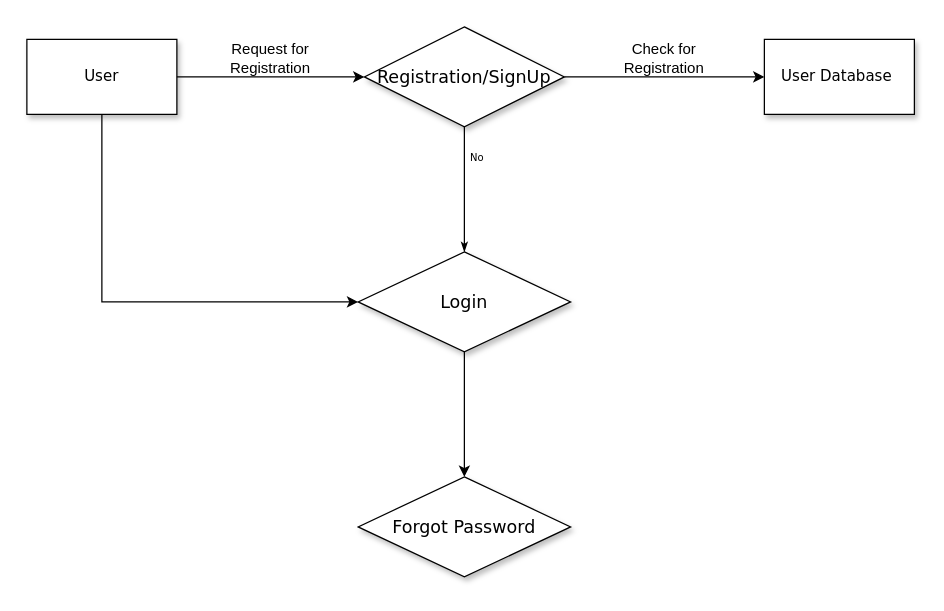
Before: Untitled Diagram.drawio in ABHISHEK-SINGH-KASHYAP/18-07-2024, a draw.io diagram. Source tidied: cells renumbered, new cells numbered last; positions are measured from the earlier drawing's top-left corner, leaving out a move shared by most shapes. Both pictures are drawn from the tidied source at 125%, with x=0, y=0 at pixel (26, 26).
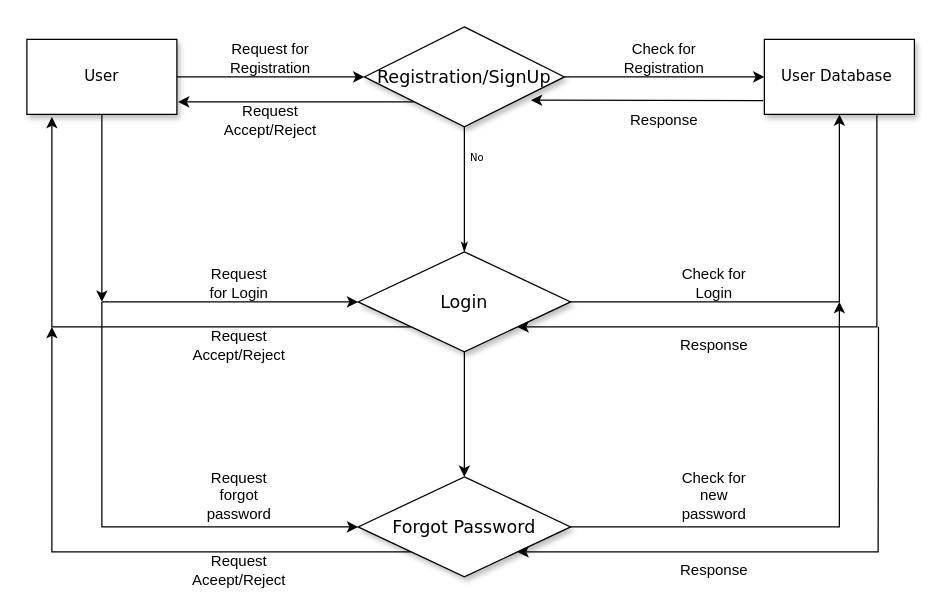
The same page after the edit.

Unchanged cells that the change refers to:
```xml
<mxCell id="2" value="&lt;font style=&quot;font-size: 12px;&quot;&gt;User Database&amp;nbsp;&lt;/font&gt;" style="rounded=0;whiteSpace=wrap;html=1;shadow=1;labelBackgroundColor=none;strokeWidth=1;fontFamily=Verdana;fontSize=8;align=center;" parent="1" vertex="1">
  <mxGeometry x="590" y="10" width="120" height="60" as="geometry" />
</mxCell>
<mxCell id="4" value="&lt;font style=&quot;font-size: 14px;&quot;&gt;Registration/SignUp&lt;/font&gt;" style="rhombus;whiteSpace=wrap;html=1;rounded=0;shadow=1;labelBackgroundColor=none;strokeWidth=1;fontFamily=Verdana;fontSize=8;align=center;" parent="1" vertex="1">
  <mxGeometry x="270" width="160" height="80" as="geometry" />
</mxCell>
<mxCell id="5" value="&lt;font style=&quot;font-size: 14px;&quot;&gt;Login&lt;/font&gt;" style="rhombus;whiteSpace=wrap;html=1;rounded=0;shadow=1;labelBackgroundColor=none;strokeWidth=1;fontFamily=Verdana;fontSize=8;align=center;" parent="1" vertex="1">
  <mxGeometry x="265" y="180" width="170" height="80" as="geometry" />
</mxCell>
<mxCell id="6" value="&lt;font style=&quot;font-size: 12px;&quot;&gt;User&lt;/font&gt;" style="rounded=0;whiteSpace=wrap;html=1;shadow=1;labelBackgroundColor=none;strokeWidth=1;fontFamily=Verdana;fontSize=8;align=center;" parent="1" vertex="1">
  <mxGeometry y="10" width="120" height="60" as="geometry" />
</mxCell>
<mxCell id="11" value="&lt;font style=&quot;font-size: 14px;&quot;&gt;Forgot Password&lt;/font&gt;" style="rhombus;whiteSpace=wrap;html=1;rounded=0;shadow=1;labelBackgroundColor=none;strokeWidth=1;fontFamily=Verdana;fontSize=8;align=center;" parent="1" vertex="1">
  <mxGeometry x="265" y="360" width="170" height="80" as="geometry" />
</mxCell>
```

What changed in the source:
```diff
@@
-    <mxCell id="13" style="endArrow=classic;html=1;rounded=0;exitX=0.5;exitY=1;exitDx=0;exitDy=0;entryX=0;entryY=0.5;entryDx=0;entryDy=0;" parent="1" edge="1" source="6" target="5">
+    <mxCell id="13" style="endArrow=classic;html=1;rounded=0;exitX=0.5;exitY=1;exitDx=0;exitDy=0;entryX=0;entryY=0.5;entryDx=0;entryDy=0;" parent="1" edge="1" source="25" target="5">
       <mxGeometry relative="1" as="geometry">
         <Array as="points">
           <mxPoint x="60" y="220" />
         </Array>
       </mxGeometry>
     </mxCell>
+    <mxCell id="14" style="endArrow=classic;html=1;rounded=0;exitX=1;exitY=0.5;exitDx=0;exitDy=0;entryX=0.5;entryY=1;entryDx=0;entryDy=0;" parent="1" edge="1" source="5" target="2">
+      <mxGeometry relative="1" as="geometry">
+        <Array as="points">
+          <mxPoint x="650" y="220" />
+        </Array>
+      </mxGeometry>
+    </mxCell>
+    <mxCell id="15" style="endArrow=classic;html=1;rounded=0;entryX=0;entryY=0.5;entryDx=0;entryDy=0;" parent="1" edge="1" target="11">
+      <mxGeometry relative="1" as="geometry">
+        <mxPoint x="60" y="220" as="sourcePoint" />
+        <Array as="points">
+          <mxPoint x="60" y="400" />
+        </Array>
+      </mxGeometry>
+    </mxCell>
+    <mxCell id="16" style="endArrow=classic;html=1;rounded=0;exitX=1;exitY=0.5;exitDx=0;exitDy=0;" parent="1" edge="1" source="11">
+      <mxGeometry relative="1" as="geometry">
+        <mxPoint x="650" y="220" as="targetPoint" />
+        <Array as="points">
+          <mxPoint x="650" y="400" />
+        </Array>
+      </mxGeometry>
+    </mxCell>
+    <mxCell id="17" style="endArrow=classic;html=1;rounded=0;exitX=0;exitY=1;exitDx=0;exitDy=0;" parent="1" edge="1" source="5">
+      <mxGeometry relative="1" as="geometry">
+        <mxPoint x="20" y="72" as="targetPoint" />
+        <Array as="points">
+          <mxPoint x="20" y="240" />
+          <mxPoint x="20" y="160" />
+        </Array>
+      </mxGeometry>
+    </mxCell>
+    <mxCell id="18" style="endArrow=classic;html=1;rounded=0;exitX=0;exitY=1;exitDx=0;exitDy=0;" parent="1" edge="1" source="11">
+      <mxGeometry relative="1" as="geometry">
+        <mxPoint x="20" y="240" as="targetPoint" />
+        <Array as="points">
+          <mxPoint x="20" y="420" />
+        </Array>
+      </mxGeometry>
+    </mxCell>
+    <mxCell id="19" style="endArrow=classic;html=1;rounded=0;entryX=1;entryY=1;entryDx=0;entryDy=0;exitX=0.75;exitY=1;exitDx=0;exitDy=0;" parent="1" edge="1" source="2" target="5">
+      <mxGeometry relative="1" as="geometry">
+        <Array as="points">
+          <mxPoint x="680" y="240" />
+        </Array>
+      </mxGeometry>
+    </mxCell>
+    <mxCell id="20" style="endArrow=classic;html=1;rounded=0;entryX=0.833;entryY=0.733;entryDx=0;entryDy=0;entryPerimeter=0;" parent="1" edge="1" target="4">
+      <mxGeometry relative="1" as="geometry">
+        <mxPoint x="589" y="59" as="sourcePoint" />
+      </mxGeometry>
+    </mxCell>
+    <mxCell id="21" style="endArrow=classic;html=1;rounded=0;exitX=0;exitY=1;exitDx=0;exitDy=0;" parent="1" edge="1" source="4">
+      <mxGeometry relative="1" as="geometry">
+        <mxPoint x="121" y="60" as="targetPoint" />
+      </mxGeometry>
+    </mxCell>
+    <mxCell id="22" style="endArrow=classic;html=1;rounded=0;entryX=1;entryY=1;entryDx=0;entryDy=0;" parent="1" edge="1" target="11">
+      <mxGeometry relative="1" as="geometry">
+        <mxPoint x="681.3" y="240" as="sourcePoint" />
+        <Array as="points">
+          <mxPoint x="681" y="420" />
+        </Array>
+      </mxGeometry>
+    </mxCell>
+    <mxCell id="23" value="Request Accept/Reject" style="text;html=1;align=center;verticalAlign=middle;whiteSpace=wrap;rounded=0;" parent="1" vertex="1">
+      <mxGeometry x="160" y="60" width="70" height="30" as="geometry" />
+    </mxCell>
+    <mxCell id="24" value="Response" style="text;html=1;align=center;verticalAlign=middle;whiteSpace=wrap;rounded=0;" parent="1" vertex="1">
+      <mxGeometry x="480" y="60" width="60" height="30" as="geometry" />
+    </mxCell>
+    <mxCell id="25" value="Request for Login" style="text;html=1;align=center;verticalAlign=middle;whiteSpace=wrap;rounded=0;" parent="1" vertex="1">
+      <mxGeometry x="140" y="190" width="60" height="30" as="geometry" />
+    </mxCell>
+    <mxCell id="26" value="Check for Login" style="text;html=1;align=center;verticalAlign=middle;whiteSpace=wrap;rounded=0;" parent="1" vertex="1">
+      <mxGeometry x="520" y="190" width="60" height="30" as="geometry" />
+    </mxCell>
+    <mxCell id="27" value="Request Accept/Reject" style="text;html=1;align=center;verticalAlign=middle;whiteSpace=wrap;rounded=0;" parent="1" vertex="1">
+      <mxGeometry x="140" y="240" width="60" height="30" as="geometry" />
+    </mxCell>
+    <mxCell id="28" value="Response" style="text;html=1;align=center;verticalAlign=middle;whiteSpace=wrap;rounded=0;" parent="1" vertex="1">
+      <mxGeometry x="520" y="240" width="60" height="30" as="geometry" />
+    </mxCell>
+    <mxCell id="29" value="Request forgot password" style="text;html=1;align=center;verticalAlign=middle;whiteSpace=wrap;rounded=0;" parent="1" vertex="1">
+      <mxGeometry x="140" y="360" width="60" height="30" as="geometry" />
+    </mxCell>
+    <mxCell id="30" value="Check for new password" style="text;html=1;align=center;verticalAlign=middle;whiteSpace=wrap;rounded=0;" parent="1" vertex="1">
+      <mxGeometry x="520" y="360" width="60" height="30" as="geometry" />
+    </mxCell>
+    <mxCell id="31" value="Request Aceept/Reject" style="text;html=1;align=center;verticalAlign=middle;whiteSpace=wrap;rounded=0;" parent="1" vertex="1">
+      <mxGeometry x="140" y="420" width="60" height="30" as="geometry" />
+    </mxCell>
+    <mxCell id="32" value="Response" style="text;html=1;align=center;verticalAlign=middle;whiteSpace=wrap;rounded=0;" parent="1" vertex="1">
+      <mxGeometry x="520" y="420" width="60" height="30" as="geometry" />
+    </mxCell>
+    <mxCell id="33" style="endArrow=classic;html=1;rounded=0;exitX=0.5;exitY=1;exitDx=0;exitDy=0;" parent="1" edge="1" source="6">
+      <mxGeometry relative="1" as="geometry">
+        <mxPoint x="60" y="220" as="targetPoint" />
+      </mxGeometry>
+    </mxCell>
```
